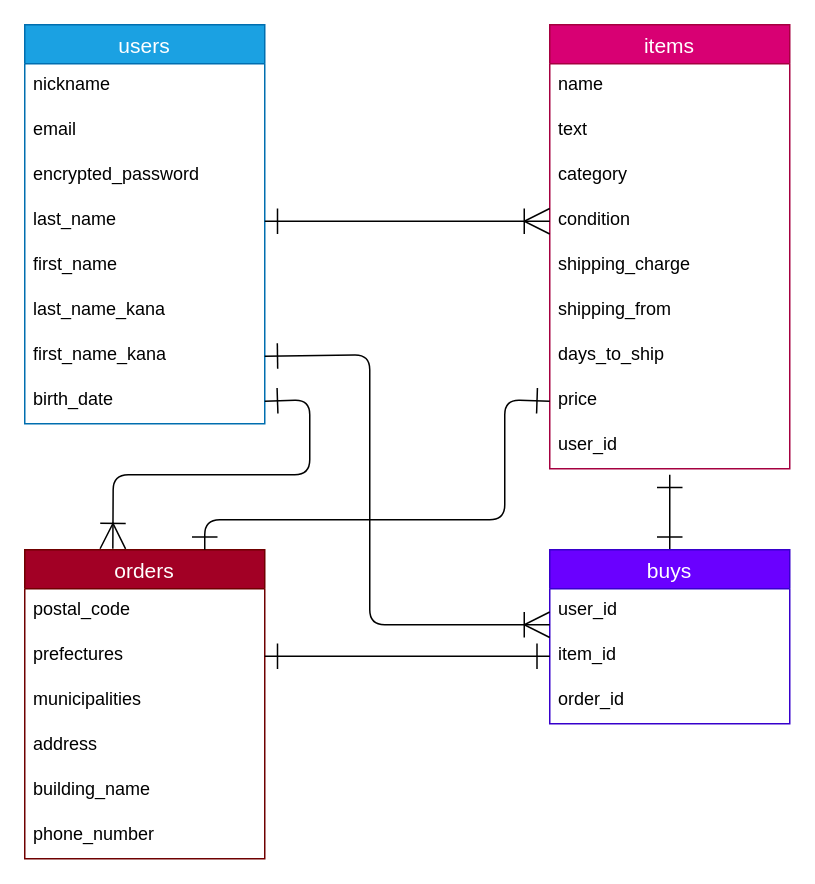
Earlier version of the draw.io diagram furima.dio (foagura/furima-40405). Source tidied: cells renumbered, new cells numbered last; positions are measured from the earlier drawing's top-left corner, leaving out a move shared by most shapes. Both pictures are drawn from the tidied source at 150%, with x=0, y=0 at pixel (24, 24).
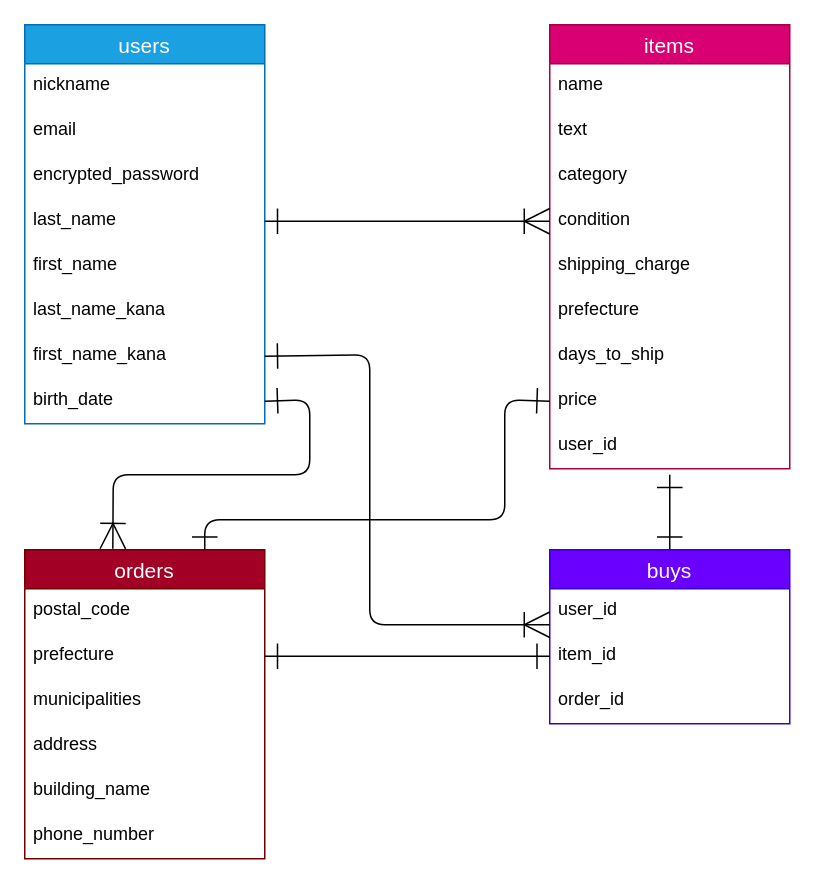
The same diagram, later.

Unchanged cells that the change refers to:
```xml
<mxCell id="2" value="orders" style="swimlane;fontStyle=0;horizontal=1;startSize=26;align=center;fontSize=14;fillColor=#a20025;fontColor=#ffffff;strokeColor=#6F0000;" parent="1" vertex="1">
  <mxGeometry y="350" width="160" height="206" as="geometry" />
</mxCell>
<mxCell id="9" value="items" style="swimlane;fontStyle=0;horizontal=1;startSize=26;align=center;fontSize=14;fillColor=#d80073;fontColor=#ffffff;strokeColor=#A50040;" parent="1" vertex="1">
  <mxGeometry x="350" width="160" height="296" as="geometry" />
</mxCell>
```

Change to the diagram source:
```diff
@@
-    <mxCell id="4" value="prefectures" style="text;strokeColor=none;fillColor=none;spacingLeft=4;spacingRight=4;overflow=hidden;points=[[0,0.5],[1,0.5]];portConstraint=eastwest;fontSize=12;" parent="2" vertex="1">
+    <mxCell id="4" value="prefecture" style="text;strokeColor=none;fillColor=none;spacingLeft=4;spacingRight=4;overflow=hidden;points=[[0,0.5],[1,0.5]];portConstraint=eastwest;fontSize=12;" parent="2" vertex="1">
       <mxGeometry y="56" width="160" height="30" as="geometry" />
     </mxCell>
@@
-    <mxCell id="15" value="shipping_from" style="text;strokeColor=none;fillColor=none;spacingLeft=4;spacingRight=4;overflow=hidden;fontSize=12;" parent="9" vertex="1">
+    <mxCell id="15" value="prefecture" style="text;strokeColor=none;fillColor=none;spacingLeft=4;spacingRight=4;overflow=hidden;fontSize=12;" parent="9" vertex="1">
       <mxGeometry y="176" width="160" height="30" as="geometry" />
     </mxCell>
```
